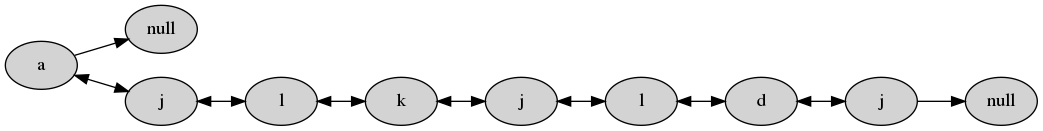
This is letras.png from juanpaestrada20/EDD_1S2020_P1_201800709, a Graphviz export, as it was before one commit. Its source is kept beside it as letras.dot.
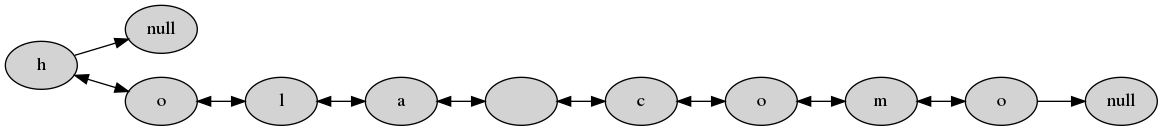
After the change.

The edit, as a diff of the source:
```diff
@@ -3,14 +3,16 @@
 rankdir = LR;
 node [margin=0 shape=oval style=filled ];
 B [label="null"];
-A1 [label="a"];
-A2 [label="j"];
+A1 [label="h"];
+A2 [label="o"];
 A3 [label="l"];
-A4 [label="k"];
-A5 [label="j"];
-A6 [label="l"];
-A7 [label="d"];
-A8 [label="j"];
+A4 [label="a"];
+A5 [label="
+"];
+A6 [label="c"];
+A7 [label="o"];
+A8 [label="m"];
+A9 [label="o"];
 C [label="null"];
 
 A1 -> B;
@@ -21,5 +23,6 @@
 A5 -> A6 [dir=both];
 A6 -> A7 [dir=both];
 A7 -> A8 [dir=both];
-A8 -> C;
+A8 -> A9 [dir=both];
+A9 -> C;
 }
```
